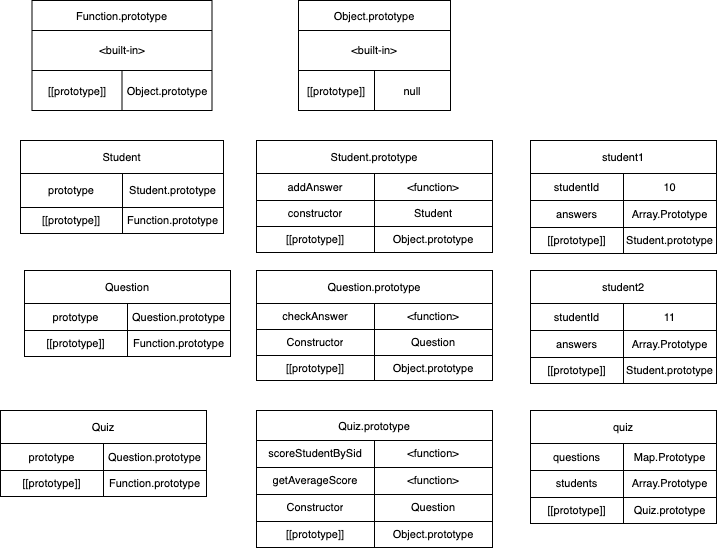
The draw.io diagram imgs/lab7_prob2.png in Chhunneng/CS472, before a commit. Source tidied: cells renumbered, new cells last; positions are measured from the earlier drawing's top-left corner, leaving out a move shared by most shapes.
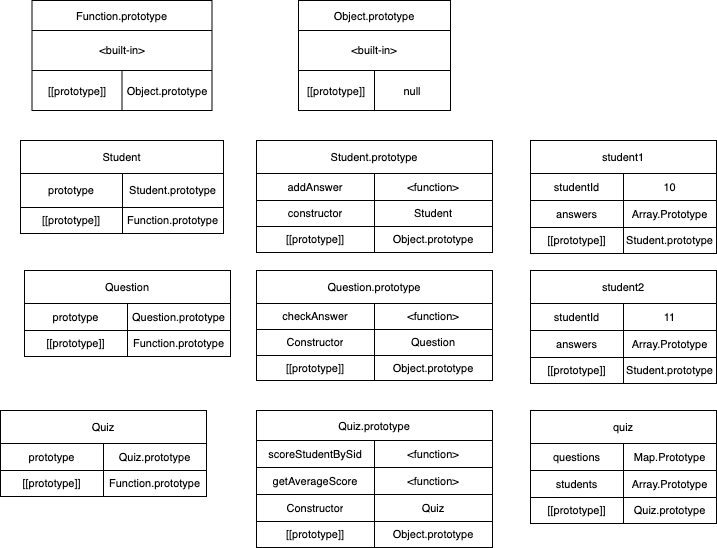
The same diagram one commit later.

Change to the diagram source:
```diff
@@ -167,7 +167,7 @@
     <mxCell id="56" value="Constructor" style="shape=partialRectangle;html=1;whiteSpace=wrap;strokeColor=inherit;overflow=hidden;fillColor=none;top=0;left=0;bottom=0;right=0;fontSize=11;" parent="55" vertex="1">
       <mxGeometry width="118" height="27" as="geometry" />
     </mxCell>
-    <mxCell id="57" value="&lt;span style=&quot;text-wrap-mode: nowrap;&quot;&gt;Question&lt;/span&gt;" style="shape=partialRectangle;html=1;whiteSpace=wrap;strokeColor=inherit;overflow=hidden;fillColor=none;top=0;left=0;bottom=0;right=0;fontSize=11;" parent="55" vertex="1">
+    <mxCell id="57" value="&lt;span style=&quot;text-wrap-mode: nowrap;&quot;&gt;Quiz&lt;/span&gt;" style="shape=partialRectangle;html=1;whiteSpace=wrap;strokeColor=inherit;overflow=hidden;fillColor=none;top=0;left=0;bottom=0;right=0;fontSize=11;" parent="55" vertex="1">
       <mxGeometry x="118" width="118" height="27" as="geometry" />
     </mxCell>
     <mxCell id="58" style="shape=tableRow;horizontal=0;startSize=0;swimlaneHead=0;swimlaneBody=0;strokeColor=inherit;top=0;left=0;bottom=0;right=0;fillColor=none;fontSize=11;" parent="48" vertex="1">
@@ -188,7 +188,7 @@
     <mxCell id="63" value="prototype" style="shape=partialRectangle;html=1;whiteSpace=wrap;strokeColor=inherit;overflow=hidden;fillColor=none;top=0;left=0;bottom=0;right=0;fontSize=11;" parent="62" vertex="1">
       <mxGeometry width="103" height="27" as="geometry" />
     </mxCell>
-    <mxCell id="64" value="&lt;span style=&quot;text-wrap-mode: nowrap;&quot;&gt;Question.prototype&lt;/span&gt;" style="shape=partialRectangle;html=1;whiteSpace=wrap;strokeColor=inherit;overflow=hidden;fillColor=none;top=0;left=0;bottom=0;right=0;fontSize=11;" parent="62" vertex="1">
+    <mxCell id="64" value="&lt;span style=&quot;text-wrap-mode: nowrap;&quot;&gt;Quiz&lt;/span&gt;&lt;span style=&quot;text-wrap-mode: nowrap;&quot;&gt;.prototype&lt;/span&gt;" style="shape=partialRectangle;html=1;whiteSpace=wrap;strokeColor=inherit;overflow=hidden;fillColor=none;top=0;left=0;bottom=0;right=0;fontSize=11;" parent="62" vertex="1">
       <mxGeometry x="103" width="103" height="27" as="geometry" />
     </mxCell>
     <mxCell id="65" style="shape=tableRow;horizontal=0;startSize=0;swimlaneHead=0;swimlaneBody=0;strokeColor=inherit;top=0;left=0;bottom=0;right=0;fillColor=none;fontSize=11;" parent="61" vertex="1">
```
